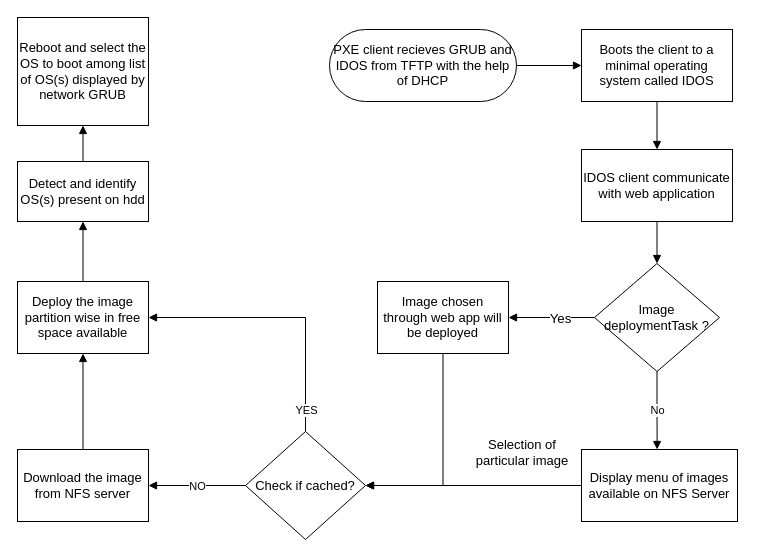
Earlier version of the draw.io diagram diagrams/ROSIM workflow.drawio (abhi4578/Major-Project-report). Source tidied: cells renumbered, new cells numbered last; positions are measured from the earlier drawing's top-left corner, leaving out a move shared by most shapes. Both pictures are drawn from the tidied source at 100%, with x=0, y=0 at pixel (17, 17).
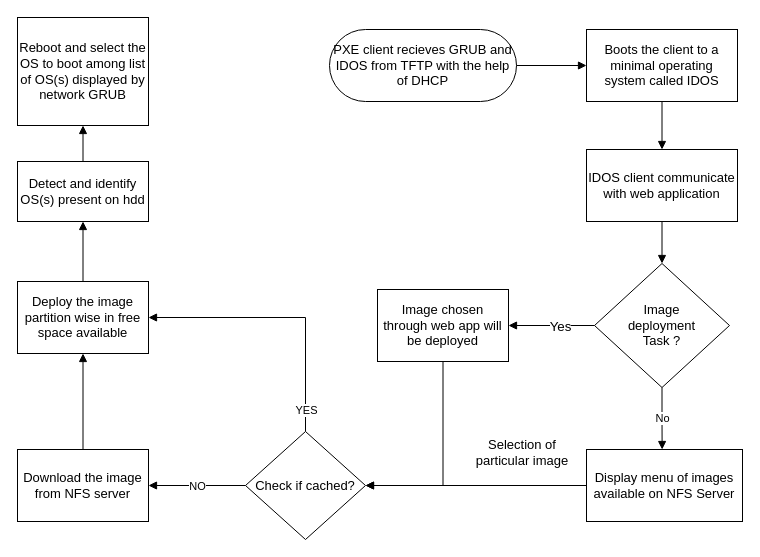
The same diagram, later.

The edit, as a diff of the source:
```diff
@@
     <mxCell id="2" value="Display menu of images available on NFS Server" style="html=1;whiteSpace=wrap;fontSize=13;fontColor=#000000;spacing=3;strokeOpacity=100;" parent="1" vertex="1">
-      <mxGeometry x="564" y="432" width="156" height="72" as="geometry" />
+      <mxGeometry x="569" y="432" width="156" height="72" as="geometry" />
     </mxCell>
@@
     <mxCell id="12" value="Boots the client to a minimal operating system called IDOS" style="html=1;whiteSpace=wrap;fontSize=13;fontColor=#000000;spacing=3;strokeOpacity=100;" parent="1" vertex="1">
-      <mxGeometry x="564" y="12" width="151" height="72" as="geometry" />
+      <mxGeometry x="569" y="12" width="151" height="72" as="geometry" />
     </mxCell>
-    <mxCell id="13" value="Image deploymentTask ?" style="html=1;whiteSpace=wrap;rhombus;fontSize=13;fontColor=#000000;spacing=3;strokeOpacity=100;" parent="1" vertex="1">
-      <mxGeometry x="577" y="246" width="125" height="108" as="geometry" />
+    <mxCell id="13" value="&lt;div&gt;Image &lt;br&gt;&lt;/div&gt;&lt;div&gt;deployment&lt;/div&gt;&lt;div&gt; Task ?&lt;/div&gt;" style="html=1;whiteSpace=wrap;rhombus;fontSize=13;fontColor=#000000;spacing=3;strokeOpacity=100;" parent="1" vertex="1">
+      <mxGeometry x="577" y="246" width="135" height="124" as="geometry" />
     </mxCell>
     <mxCell id="14" value="IDOS client communicate with web application" style="html=1;whiteSpace=wrap;fontSize=13;fontColor=#000000;spacing=3;strokeOpacity=100;" parent="1" vertex="1">
-      <mxGeometry x="564" y="132" width="151" height="72" as="geometry" />
+      <mxGeometry x="569" y="132" width="151" height="72" as="geometry" />
     </mxCell>
@@
     <mxCell id="19" value="Image chosen through web app will be deployed" style="html=1;whiteSpace=wrap;fontSize=13;fontColor=#000000;spacing=3;strokeOpacity=100;" parent="1" vertex="1">
-      <mxGeometry x="360" y="264" width="131" height="72" as="geometry" />
+      <mxGeometry x="360" y="272" width="131" height="72" as="geometry" />
     </mxCell>
```
